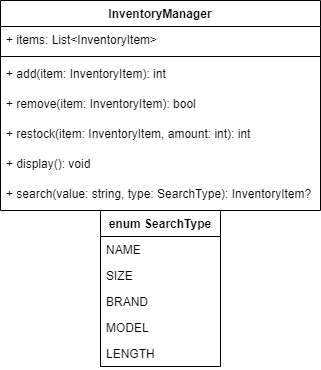
Before: Milestone3/InventoryManager.png, a diagram exported from draw.io (scoutchorton/cst-150). Source tidied: cells renumbered, new cells last; positions are measured from the earlier drawing's top-left corner, leaving out a move shared by most shapes.
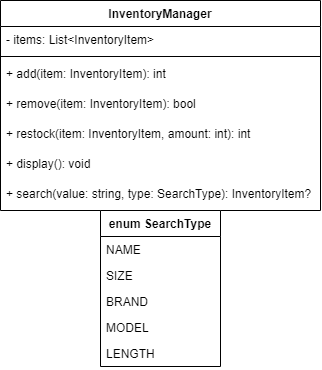
The same file after the commit.

Commit message:
Updated UML diagram and now is ready for submission

The edit, as a diff of the source:
```diff
@@ -5,7 +5,7 @@
     <mxCell id="2" value="InventoryManager" style="swimlane;fontStyle=1;align=center;verticalAlign=top;horizontal=1;startSize=26;" parent="1" vertex="1">
       <mxGeometry width="320" height="210" as="geometry" />
     </mxCell>
-    <mxCell id="3" value="+ items: List&lt;InventoryItem&gt;" style="text;strokeColor=none;fillColor=none;align=left;verticalAlign=top;spacingLeft=4;spacingRight=4;overflow=hidden;" parent="2" vertex="1">
+    <mxCell id="3" value="- items: List&lt;InventoryItem&gt;" style="text;strokeColor=none;fillColor=none;align=left;verticalAlign=top;spacingLeft=4;spacingRight=4;overflow=hidden;" parent="2" vertex="1">
       <mxGeometry y="26" width="320" height="26" as="geometry" />
     </mxCell>
     <mxCell id="4" style="line;strokeWidth=1;fillColor=none;align=left;verticalAlign=middle;spacingTop=-1;spacingLeft=3;spacingRight=3;labelPosition=right;strokeColor=inherit;" parent="2" vertex="1">
```
